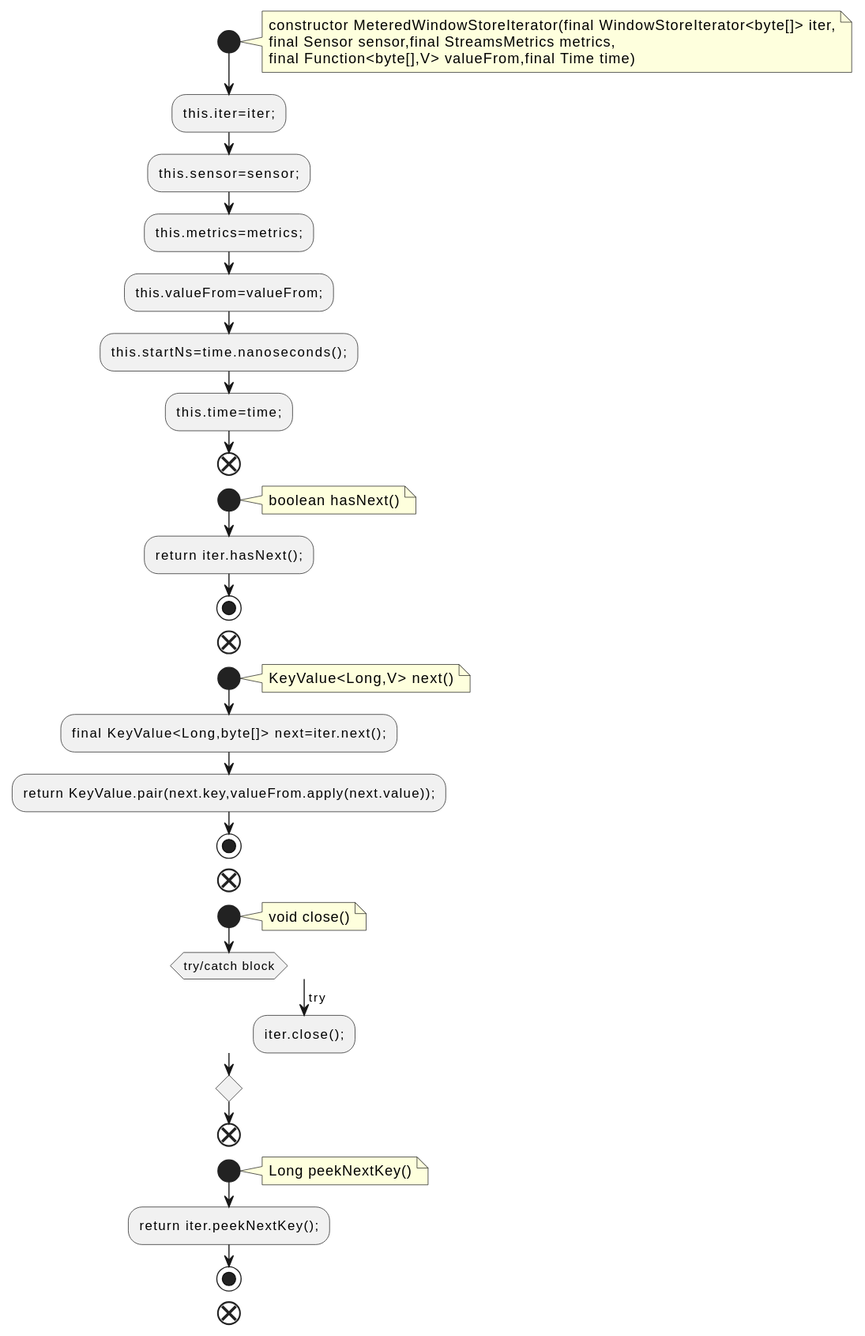
Above: docs/qc/streams/src/main/java/org/apache/kafka/streams/state/internals/MeteredWindowStoreIterator.java.fct.svg in qualitesys/kafka (PlantUML), before the change.
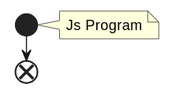
Above is the later version.

The edit, as a diff of the source:
```diff
@@ -2,46 +2,7 @@
 !pragma layout smetana
 start
 note right
-constructor MeteredWindowStoreIterator(final WindowStoreIterator<byte[]> iter,
-final Sensor sensor,final StreamsMetrics metrics,
-final Function<byte[],V> valueFrom,final Time time)
+Js Program
 end note
-:this.iter=iter;;
-:this.sensor=sensor;;
-:this.metrics=metrics;;
-:this.valueFrom=valueFrom;;
-:this.startNs=time.nanoseconds();;
-:this.time=time;;
-end
-start
-note right
-boolean hasNext()
-end note
-:return iter.hasNext();;
-stop
-end
-start
-note right
-KeyValue<Long,V> next()
-end note
-:final KeyValue<Long,byte[]> next=iter.next();;
-:return KeyValue.pair(next.key,valueFrom.apply(next.value));;
-stop
-end
-start
-note right
-void close()
-end note
-switch (try/catch block)
-case (try)
-:iter.close();;
-endswitch
-end
-start
-note right
-Long peekNextKey()
-end note
-:return iter.peekNextKey();;
-stop
 end
 @enduml
```
